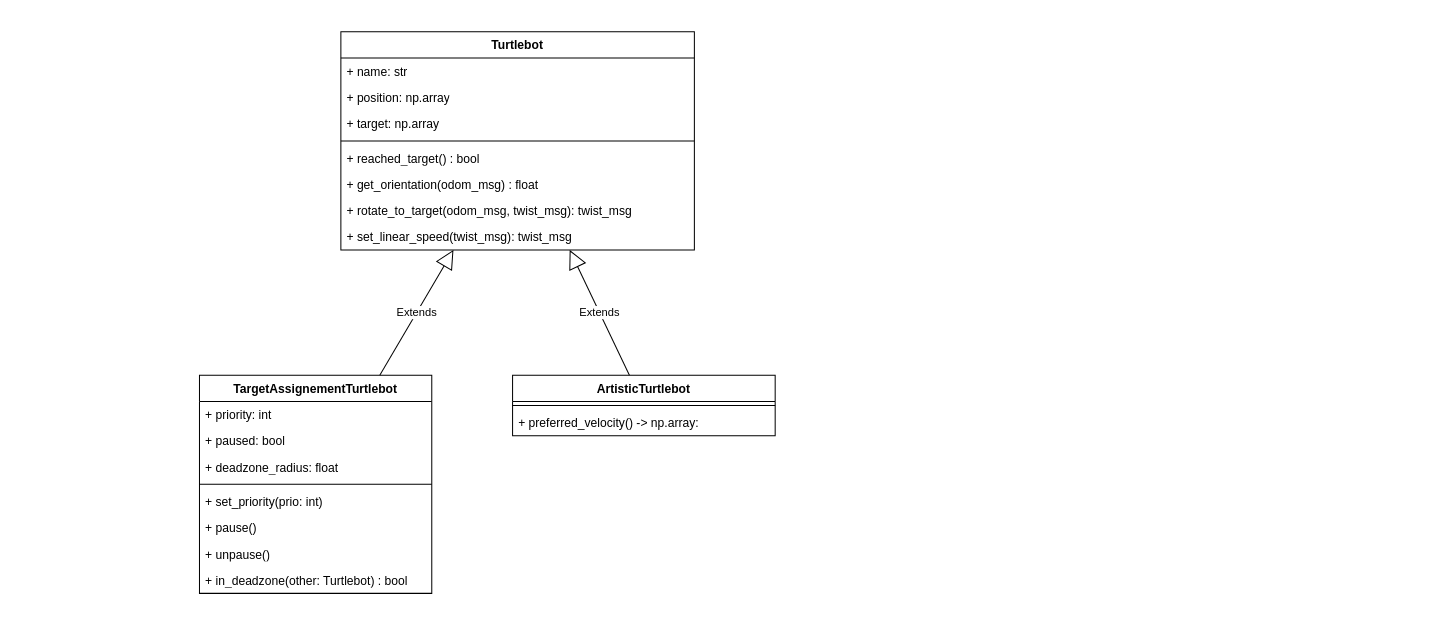
Above: diagrams/class_diagram.drawio in MariiaPoliakovaa/RobotFormations (draw.io), before the change. Source tidied: cells renumbered, new cells numbered last; positions are measured from the earlier drawing's top-left corner, leaving out a move shared by most shapes. Both pictures are drawn from the tidied source at 101%, with x=0, y=0 at pixel (199, 31).
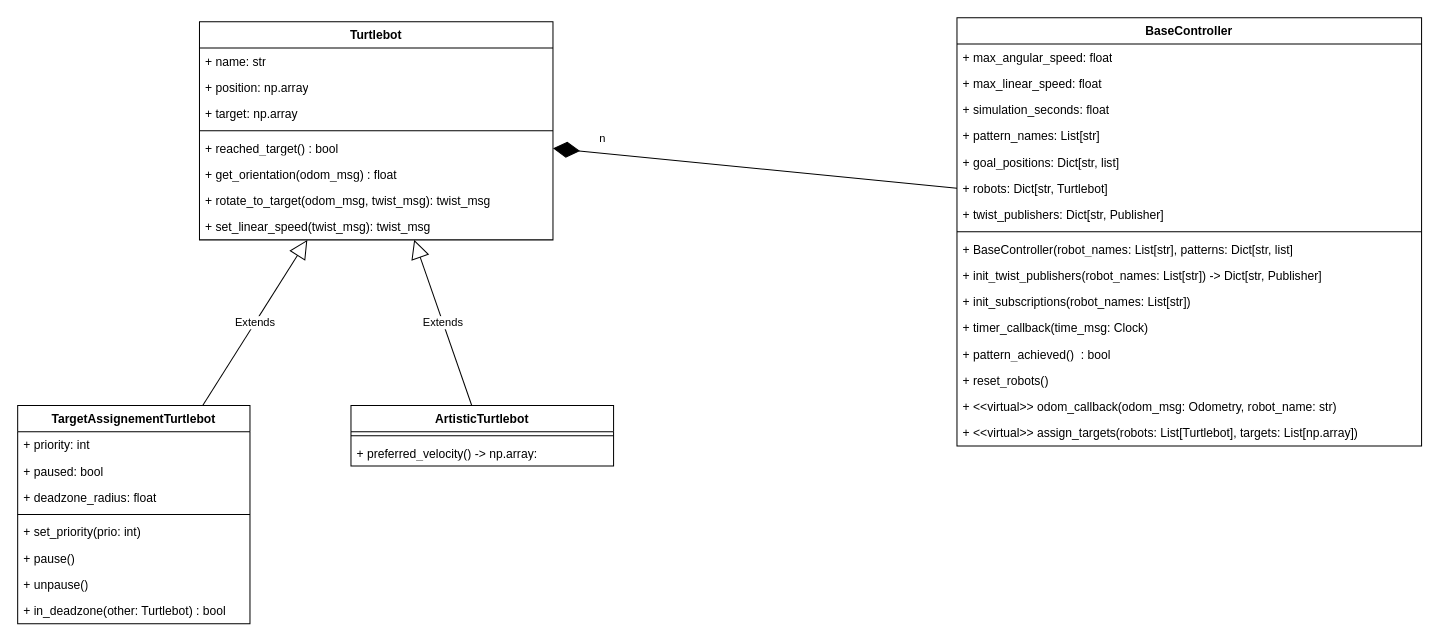
After the change.

Commit message:
add: base controller

Diff of the diagram source:
```diff
@@
     <mxCell id="2" value="Turtlebot" style="swimlane;fontStyle=1;align=center;verticalAlign=top;horizontal=1;startSize=26;whiteSpace=wrap;html=1;" parent="1" vertex="1">
-      <mxGeometry x="140" width="350" height="216" as="geometry" />
+      <mxGeometry y="-10" width="350" height="216" as="geometry" />
     </mxCell>
@@
     <mxCell id="11" value="TargetAssignementTurtlebot" style="swimlane;fontStyle=1;align=center;verticalAlign=top;horizontal=1;startSize=26;whiteSpace=wrap;html=1;" parent="1" vertex="1">
-      <mxGeometry y="340" width="230" height="216" as="geometry" />
+      <mxGeometry x="-180" y="370" width="230" height="216" as="geometry" />
     </mxCell>
@@
     <mxCell id="20" value="ArtisticTurtlebot" style="swimlane;fontStyle=1;align=center;verticalAlign=top;horizontal=1;startSize=26;whiteSpace=wrap;html=1;" parent="1" vertex="1">
-      <mxGeometry x="310" y="340" width="260" height="60" as="geometry" />
+      <mxGeometry x="150" y="370" width="260" height="60" as="geometry" />
     </mxCell>
@@
+    <mxCell id="25" value="BaseController" style="swimlane;fontStyle=1;align=center;verticalAlign=top;horizontal=1;startSize=26;whiteSpace=wrap;html=1;" parent="1" vertex="1">
+      <mxGeometry x="750" y="-14" width="460" height="424" as="geometry" />
+    </mxCell>
+    <mxCell id="26" value="+ max_angular_speed: float" style="text;strokeColor=none;fillColor=none;align=left;verticalAlign=top;spacingLeft=4;spacingRight=4;overflow=hidden;whiteSpace=wrap;html=1;" parent="25" vertex="1">
+      <mxGeometry y="26" width="460" height="26" as="geometry" />
+    </mxCell>
+    <mxCell id="27" value="+ max_linear_speed: float" style="text;strokeColor=none;fillColor=none;align=left;verticalAlign=top;spacingLeft=4;spacingRight=4;overflow=hidden;whiteSpace=wrap;html=1;" parent="25" vertex="1">
+      <mxGeometry y="52" width="460" height="26" as="geometry" />
+    </mxCell>
+    <mxCell id="28" value="+ simulation_seconds: float" style="text;strokeColor=none;fillColor=none;align=left;verticalAlign=top;spacingLeft=4;spacingRight=4;overflow=hidden;whiteSpace=wrap;html=1;" parent="25" vertex="1">
+      <mxGeometry y="78" width="460" height="26" as="geometry" />
+    </mxCell>
+    <mxCell id="29" value="+ pattern_names: List[str]" style="text;strokeColor=none;fillColor=none;align=left;verticalAlign=top;spacingLeft=4;spacingRight=4;overflow=hidden;whiteSpace=wrap;html=1;" parent="25" vertex="1">
+      <mxGeometry y="104" width="460" height="26" as="geometry" />
+    </mxCell>
+    <mxCell id="30" value="+ goal_positions: Dict[str, list]" style="text;strokeColor=none;fillColor=none;align=left;verticalAlign=top;spacingLeft=4;spacingRight=4;overflow=hidden;whiteSpace=wrap;html=1;" parent="25" vertex="1">
+      <mxGeometry y="130" width="460" height="26" as="geometry" />
+    </mxCell>
+    <mxCell id="31" value="+ robots: Dict[str, Turtlebot]" style="text;strokeColor=none;fillColor=none;align=left;verticalAlign=top;spacingLeft=4;spacingRight=4;overflow=hidden;points=[[0,0.5],[1,0.5]];portConstraint=eastwest;whiteSpace=wrap;html=1;" parent="25" vertex="1">
+      <mxGeometry y="156" width="460" height="26" as="geometry" />
+    </mxCell>
+    <mxCell id="32" value="+ twist_publishers: Dict[str, Publisher]" style="text;strokeColor=none;fillColor=none;align=left;verticalAlign=top;spacingLeft=4;spacingRight=4;overflow=hidden;whiteSpace=wrap;html=1;" parent="25" vertex="1">
+      <mxGeometry y="182" width="460" height="26" as="geometry" />
+    </mxCell>
+    <mxCell id="33" style="line;strokeWidth=1;fillColor=none;align=left;verticalAlign=middle;spacingTop=-1;spacingLeft=3;spacingRight=3;labelPosition=right;strokeColor=inherit;" parent="25" vertex="1">
+      <mxGeometry y="208" width="460" height="8" as="geometry" />
+    </mxCell>
+    <mxCell id="34" value="+ BaseController(robot_names: List[str], patterns: Dict[str, list]" style="text;strokeColor=none;fillColor=none;align=left;verticalAlign=top;spacingLeft=4;spacingRight=4;overflow=hidden;whiteSpace=wrap;html=1;" parent="25" vertex="1">
+      <mxGeometry y="216" width="460" height="26" as="geometry" />
+    </mxCell>
+    <mxCell id="35" value="+ init_twist_publishers(robot_names: List[str]) -&amp;gt; Dict[str, Publisher]" style="text;strokeColor=none;fillColor=none;align=left;verticalAlign=top;spacingLeft=4;spacingRight=4;overflow=hidden;whiteSpace=wrap;html=1;" parent="25" vertex="1">
+      <mxGeometry y="242" width="460" height="26" as="geometry" />
+    </mxCell>
+    <mxCell id="36" value="+ init_subscriptions(robot_names: List[str])" style="text;strokeColor=none;fillColor=none;align=left;verticalAlign=top;spacingLeft=4;spacingRight=4;overflow=hidden;whiteSpace=wrap;html=1;" parent="25" vertex="1">
+      <mxGeometry y="268" width="460" height="26" as="geometry" />
+    </mxCell>
+    <mxCell id="37" value="+ timer_callback(time_msg: Clock)" style="text;strokeColor=none;fillColor=none;align=left;verticalAlign=top;spacingLeft=4;spacingRight=4;overflow=hidden;whiteSpace=wrap;html=1;" parent="25" vertex="1">
+      <mxGeometry y="294" width="460" height="26" as="geometry" />
+    </mxCell>
+    <mxCell id="38" value="+ pattern_achieved()&amp;nbsp; : bool" style="text;strokeColor=none;fillColor=none;align=left;verticalAlign=top;spacingLeft=4;spacingRight=4;overflow=hidden;whiteSpace=wrap;html=1;" parent="25" vertex="1">
+      <mxGeometry y="320" width="460" height="26" as="geometry" />
+    </mxCell>
+    <mxCell id="39" value="+ reset_robots()" style="text;strokeColor=none;fillColor=none;align=left;verticalAlign=top;spacingLeft=4;spacingRight=4;overflow=hidden;whiteSpace=wrap;html=1;" parent="25" vertex="1">
+      <mxGeometry y="346" width="460" height="26" as="geometry" />
+    </mxCell>
+    <mxCell id="40" value="+ &amp;lt;&amp;lt;virtual&amp;gt;&amp;gt; odom_callback(odom_msg: Odometry, robot_name: str)" style="text;strokeColor=none;fillColor=none;align=left;verticalAlign=top;spacingLeft=4;spacingRight=4;overflow=hidden;whiteSpace=wrap;html=1;" parent="25" vertex="1">
+      <mxGeometry y="372" width="460" height="26" as="geometry" />
+    </mxCell>
+    <mxCell id="41" value="+ &amp;lt;&amp;lt;virtual&amp;gt;&amp;gt; assign_targets(robots: List[Turtlebot], targets: List[np.array])" style="text;strokeColor=none;fillColor=none;align=left;verticalAlign=top;spacingLeft=4;spacingRight=4;overflow=hidden;whiteSpace=wrap;html=1;" parent="25" vertex="1">
+      <mxGeometry y="398" width="460" height="26" as="geometry" />
+    </mxCell>
+    <mxCell id="42" style="endArrow=diamondThin;endFill=1;endSize=24;html=1;rounded=0;exitX=0;exitY=0.5;exitDx=0;exitDy=0;" parent="1" edge="1" source="31" target="2">
+      <mxGeometry relative="1" as="geometry" />
+    </mxCell>
+    <mxCell id="43" value="n" style="edgeLabel;html=1;align=center;verticalAlign=middle;" parent="42" vertex="1">
+      <mxGeometry x="-0.51" relative="1" as="geometry">
+        <mxPoint x="-254" y="-40" as="offset" />
+      </mxGeometry>
+    </mxCell>
```
